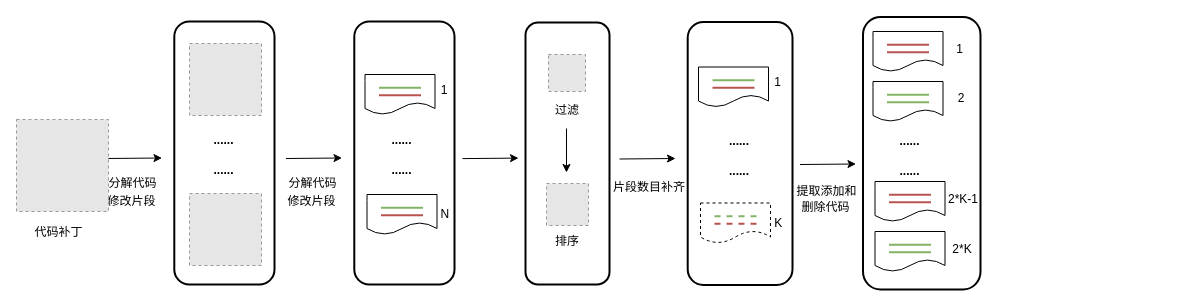
This is page "codeprocess-new" (7 of 17) of overview.drawio from LxkdGithub/draw.io, a draw.io file, before an edit. Source tidied: cells renumbered, new cells numbered last; positions are measured from the earlier drawing's top-left corner, leaving out a move shared by most shapes. Both pictures are drawn from the tidied source at 100%, with x=0, y=0 at pixel (16, 16). Pictures stored in the file or linked from it are replaced by grey dashed boxes.
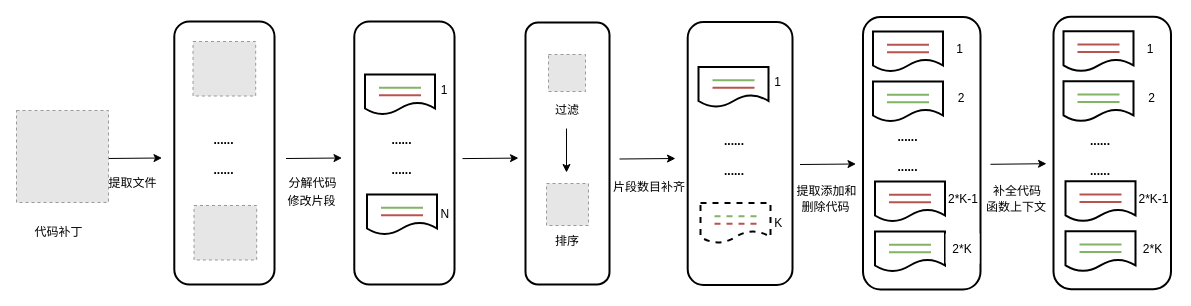
Above is the later version.

The change refers to these unchanged cells:
```xml
<mxCell id="28" style="group;" parent="1" vertex="1">
  <mxGeometry x="322.5" y="58" width="111.5" height="202" as="geometry" />
</mxCell>
<mxCell id="46" style="group;" parent="1" vertex="1">
  <mxGeometry x="656" y="58.5" width="111.5" height="202" as="geometry" />
</mxCell>
```

Change to the diagram source:
```diff
@@
-    <mxCell id="6" style="shape=document;boundedLbl=1;" parent="1" vertex="1">
+    <mxCell id="6" style="shape=document;boundedLbl=1;strokeWidth=2;" parent="1" vertex="1">
       <mxGeometry x="856.5" y="15" width="70" height="40" as="geometry" />
     </mxCell>
@@
-    <mxCell id="9" style="group;" parent="1" vertex="1">
+    <mxCell id="9" style="group;strokeWidth=2;" parent="1" vertex="1">
       <mxGeometry x="856.5" y="65" width="70" height="40" as="geometry" />
     </mxCell>
-    <mxCell id="10" style="shape=document;boundedLbl=1;" parent="9" vertex="1">
+    <mxCell id="10" style="shape=document;boundedLbl=1;strokeWidth=2;" parent="9" vertex="1">
       <mxGeometry width="70" height="40" as="geometry" />
     </mxCell>
@@
-    <mxCell id="13" style="shape=document;boundedLbl=1;" parent="1" vertex="1">
+    <mxCell id="13" style="shape=document;boundedLbl=1;strokeWidth=2;" parent="1" vertex="1">
       <mxGeometry x="858.5" y="165" width="70" height="40" as="geometry" />
     </mxCell>
@@
-    <mxCell id="16" style="group;" parent="1" vertex="1">
+    <mxCell id="16" style="group;strokeWidth=2;strokeColor=none;fillColor=default;" parent="1" vertex="1">
       <mxGeometry x="858.5" y="215" width="70" height="40" as="geometry" />
     </mxCell>
-    <mxCell id="17" style="shape=document;boundedLbl=1;" parent="16" vertex="1">
+    <mxCell id="17" style="shape=document;boundedLbl=1;strokeWidth=2;" parent="16" vertex="1">
       <mxGeometry width="70" height="40" as="geometry" />
     </mxCell>
@@
-    <mxCell id="25" value="2*K" style="text;strokeColor=none;fillColor=none;align=center;verticalAlign=middle;rounded=0;" parent="1" vertex="1">
+    <mxCell id="25" value="2*K" style="text;strokeColor=none;fillColor=default;align=center;verticalAlign=middle;rounded=0;" parent="1" vertex="1">
       <mxGeometry x="929" y="217" width="34" height="30" as="geometry" />
     </mxCell>
@@
-    <mxCell id="29" style="shape=document;boundedLbl=1;" parent="28" vertex="1">
+    <mxCell id="29" style="shape=document;boundedLbl=1;strokeWidth=2;" parent="28" vertex="1">
       <mxGeometry x="26" width="70" height="40" as="geometry" />
     </mxCell>
@@
-    <mxCell id="33" style="shape=document;boundedLbl=1;" parent="1" vertex="1">
+    <mxCell id="33" style="shape=document;boundedLbl=1;strokeWidth=2;" parent="1" vertex="1">
       <mxGeometry x="350.5" y="178" width="70" height="40" as="geometry" />
     </mxCell>
@@
-    <mxCell id="47" style="shape=document;boundedLbl=1;" parent="46" vertex="1">
+    <mxCell id="47" style="shape=document;boundedLbl=1;strokeWidth=2;" parent="46" vertex="1">
       <mxGeometry x="26" y="-8" width="70" height="40" as="geometry" />
     </mxCell>
@@
-    <mxCell id="51" style="shape=document;boundedLbl=1;dashed=1;" parent="1" vertex="1">
+    <mxCell id="51" style="shape=document;boundedLbl=1;dashed=1;strokeWidth=2;" parent="1" vertex="1">
       <mxGeometry x="684" y="186.5" width="70" height="40" as="geometry" />
     </mxCell>
@@
-    <mxCell id="59" value="分解代码" style="text;strokeColor=none;fillColor=none;align=center;verticalAlign=middle;rounded=0;" parent="1" vertex="1">
+    <mxCell id="59" value="提取文件" style="text;strokeColor=none;fillColor=none;align=center;verticalAlign=middle;rounded=0;" parent="1" vertex="1">
       <mxGeometry x="86.5" y="151" width="60" height="30" as="geometry" />
     </mxCell>
@@
-    <mxCell id="62" value="修改片段" style="text;align=center;verticalAlign=middle;strokeColor=none;fillColor=none;" parent="1" vertex="1">
-      <mxGeometry x="82.5" y="171" width="66" height="26" as="geometry" />
-    </mxCell>
     <mxCell id="63" style="fillColor=#E6E6E6;strokeColor=#999999;dashed=1;verticalLabelPosition=bottom;labelBackgroundColor=default;verticalAlign=top;" parent="1" vertex="1">
-      <mxGeometry y="103" width="92" height="92" as="geometry" />
+      <mxGeometry y="94" width="92" height="92" as="geometry" />
     </mxCell>
-    <mxCell id="64" style="fillColor=#E6E6E6;strokeColor=#999999;dashed=1;verticalLabelPosition=bottom;labelBackgroundColor=default;verticalAlign=top;" parent="1" vertex="1">
-      <mxGeometry x="173" y="27" width="72" height="72" as="geometry" />
-    </mxCell>
-    <mxCell id="65" style="fillColor=#E6E6E6;strokeColor=#999999;dashed=1;verticalLabelPosition=bottom;labelBackgroundColor=default;verticalAlign=top;" parent="1" vertex="1">
-      <mxGeometry x="173" y="177" width="72" height="72" as="geometry" />
-    </mxCell>
@@
     <mxCell id="68" value="......" style="text;strokeColor=none;fillColor=none;align=center;verticalAlign=middle;rounded=0;strokeWidth=1;fontStyle=1;" parent="1" vertex="1">
-      <mxGeometry x="693" y="109" width="60" height="30" as="geometry" />
+      <mxGeometry x="688" y="109" width="60" height="30" as="geometry" />
     </mxCell>
     <mxCell id="69" value="......" style="text;strokeColor=none;fillColor=none;align=center;verticalAlign=middle;rounded=0;strokeWidth=1;fontStyle=1;" parent="1" vertex="1">
-      <mxGeometry x="693" y="139" width="60" height="30" as="geometry" />
+      <mxGeometry x="688" y="139" width="60" height="30" as="geometry" />
     </mxCell>
     <mxCell id="70" value="......" style="text;strokeColor=none;fillColor=none;align=center;verticalAlign=middle;rounded=0;strokeWidth=1;fontStyle=1;" parent="1" vertex="1">
-      <mxGeometry x="863.5" y="109" width="60" height="30" as="geometry" />
+      <mxGeometry x="861.5" y="105" width="60" height="30" as="geometry" />
     </mxCell>
     <mxCell id="71" value="......" style="text;strokeColor=none;fillColor=none;align=center;verticalAlign=middle;rounded=0;strokeWidth=1;fontStyle=1;" parent="1" vertex="1">
-      <mxGeometry x="863.5" y="139" width="60" height="30" as="geometry" />
+      <mxGeometry x="861.5" y="135" width="60" height="30" as="geometry" />
     </mxCell>
+    <mxCell id="72" style="rounded=1;strokeWidth=2;" parent="1" vertex="1">
+      <mxGeometry x="1037" y="0.2" width="117.5" height="272.5" as="geometry" />
+    </mxCell>
+    <mxCell id="73" style="shape=document;boundedLbl=1;strokeWidth=2;" parent="1" vertex="1">
+      <mxGeometry x="1047" y="14.8" width="70" height="40" as="geometry" />
+    </mxCell>
+    <mxCell id="74" style="endArrow=none;rounded=0;strokeWidth=2;fillColor=#f8cecc;strokeColor=#b85450;" parent="1" edge="1">
+      <mxGeometry relative="1" as="geometry">
+        <mxPoint x="1061" y="28.1" as="sourcePoint" />
+        <mxPoint x="1103" y="28.1" as="targetPoint" />
+      </mxGeometry>
+    </mxCell>
+    <mxCell id="75" style="endArrow=none;rounded=0;strokeWidth=2;fillColor=#f8cecc;strokeColor=#b85450;" parent="1" edge="1">
+      <mxGeometry relative="1" as="geometry">
+        <mxPoint x="1061" y="35.4" as="sourcePoint" />
+        <mxPoint x="1103" y="35.4" as="targetPoint" />
+      </mxGeometry>
+    </mxCell>
+    <mxCell id="76" style="group;strokeWidth=2;" parent="1" vertex="1">
+      <mxGeometry x="1047" y="64.8" width="70" height="40" as="geometry" />
+    </mxCell>
+    <mxCell id="77" style="shape=document;boundedLbl=1;strokeWidth=2;" parent="76" vertex="1">
+      <mxGeometry width="70" height="40" as="geometry" />
+    </mxCell>
+    <mxCell id="78" style="endArrow=none;rounded=0;strokeWidth=2;fillColor=#d5e8d4;strokeColor=#82b366;" parent="76" edge="1">
+      <mxGeometry relative="1" as="geometry">
+        <mxPoint x="14" y="13.3" as="sourcePoint" />
+        <mxPoint x="56" y="13.3" as="targetPoint" />
+      </mxGeometry>
+    </mxCell>
+    <mxCell id="79" style="endArrow=none;rounded=0;strokeWidth=2;fillColor=#d5e8d4;strokeColor=#82b366;" parent="76" edge="1">
+      <mxGeometry relative="1" as="geometry">
+        <mxPoint x="14" y="20.7" as="sourcePoint" />
+        <mxPoint x="56" y="20.7" as="targetPoint" />
+      </mxGeometry>
+    </mxCell>
+    <mxCell id="80" style="shape=document;boundedLbl=1;strokeWidth=2;" parent="1" vertex="1">
+      <mxGeometry x="1049" y="164.8" width="70" height="40" as="geometry" />
+    </mxCell>
+    <mxCell id="81" style="endArrow=none;rounded=0;strokeWidth=2;fillColor=#f8cecc;strokeColor=#b85450;" parent="1" edge="1">
+      <mxGeometry relative="1" as="geometry">
+        <mxPoint x="1063" y="178.1" as="sourcePoint" />
+        <mxPoint x="1105" y="178.1" as="targetPoint" />
+      </mxGeometry>
+    </mxCell>
+    <mxCell id="82" style="endArrow=none;rounded=0;strokeWidth=2;fillColor=#f8cecc;strokeColor=#b85450;" parent="1" edge="1">
+      <mxGeometry relative="1" as="geometry">
+        <mxPoint x="1063" y="185.4" as="sourcePoint" />
+        <mxPoint x="1105" y="185.4" as="targetPoint" />
+      </mxGeometry>
+    </mxCell>
+    <mxCell id="83" style="group;strokeWidth=2;" parent="1" vertex="1">
+      <mxGeometry x="1049" y="214.8" width="70" height="40" as="geometry" />
+    </mxCell>
+    <mxCell id="84" style="shape=document;boundedLbl=1;strokeWidth=2;" parent="83" vertex="1">
+      <mxGeometry width="70" height="40" as="geometry" />
+    </mxCell>
+    <mxCell id="85" style="endArrow=none;rounded=0;strokeWidth=2;fillColor=#d5e8d4;strokeColor=#82b366;" parent="83" edge="1">
+      <mxGeometry relative="1" as="geometry">
+        <mxPoint x="14" y="13.3" as="sourcePoint" />
+        <mxPoint x="56" y="13.3" as="targetPoint" />
+      </mxGeometry>
+    </mxCell>
+    <mxCell id="86" style="endArrow=none;rounded=0;strokeWidth=2;fillColor=#d5e8d4;strokeColor=#82b366;" parent="83" edge="1">
+      <mxGeometry relative="1" as="geometry">
+        <mxPoint x="14" y="20.7" as="sourcePoint" />
+        <mxPoint x="56" y="20.7" as="targetPoint" />
+      </mxGeometry>
+    </mxCell>
+    <mxCell id="87" value="1" style="text;strokeColor=none;fillColor=none;align=center;verticalAlign=middle;rounded=0;" parent="1" vertex="1">
+      <mxGeometry x="1117.5" y="16.8" width="33" height="30" as="geometry" />
+    </mxCell>
+    <mxCell id="88" value="2" style="text;strokeColor=none;fillColor=none;align=center;verticalAlign=middle;rounded=0;" parent="1" vertex="1">
+      <mxGeometry x="1117.5" y="66.8" width="36" height="28" as="geometry" />
+    </mxCell>
+    <mxCell id="89" value="2*K-1" style="text;strokeColor=none;fillColor=none;align=center;verticalAlign=middle;rounded=0;" parent="1" vertex="1">
+      <mxGeometry x="1116.5" y="166.8" width="42" height="30" as="geometry" />
+    </mxCell>
+    <mxCell id="90" value="2*K" style="text;strokeColor=none;fillColor=none;align=center;verticalAlign=middle;rounded=0;" parent="1" vertex="1">
+      <mxGeometry x="1119.5" y="216.8" width="34" height="30" as="geometry" />
+    </mxCell>
+    <mxCell id="91" style="endArrow=classic;rounded=0;" parent="1" edge="1">
+      <mxGeometry relative="1" as="geometry">
+        <mxPoint x="974" y="147.8" as="sourcePoint" />
+        <mxPoint x="1030" y="147.2" as="targetPoint" />
+      </mxGeometry>
+    </mxCell>
+    <mxCell id="92" value="补全代码" style="text;strokeColor=none;fillColor=none;align=center;verticalAlign=middle;rounded=0;" parent="1" vertex="1">
+      <mxGeometry x="971" y="158.8" width="60" height="30" as="geometry" />
+    </mxCell>
+    <mxCell id="93" value="函数上下文" style="text;align=center;verticalAlign=middle;strokeColor=none;fillColor=none;" parent="1" vertex="1">
+      <mxGeometry x="961" y="176.8" width="78" height="26" as="geometry" />
+    </mxCell>
+    <mxCell id="94" value="......" style="text;strokeColor=none;fillColor=none;align=center;verticalAlign=middle;rounded=0;strokeWidth=1;fontStyle=1;" parent="1" vertex="1">
+      <mxGeometry x="1054" y="108.8" width="60" height="30" as="geometry" />
+    </mxCell>
+    <mxCell id="95" value="......" style="text;strokeColor=none;fillColor=none;align=center;verticalAlign=middle;rounded=0;strokeWidth=1;fontStyle=1;" parent="1" vertex="1">
+      <mxGeometry x="1054" y="138.8" width="60" height="30" as="geometry" />
+    </mxCell>
+    <mxCell id="96" style="fillColor=#E6E6E6;strokeColor=#999999;dashed=1;verticalLabelPosition=bottom;labelBackgroundColor=default;verticalAlign=top;" parent="1" vertex="1">
+      <mxGeometry x="177.5" y="189" width="62.7" height="54.5" as="geometry" />
+    </mxCell>
+    <mxCell id="97" style="fillColor=#E6E6E6;strokeColor=#999999;dashed=1;verticalLabelPosition=bottom;labelBackgroundColor=default;verticalAlign=top;" parent="1" vertex="1">
+      <mxGeometry x="176.5" y="25" width="62.7" height="54.5" as="geometry" />
+    </mxCell>
```
